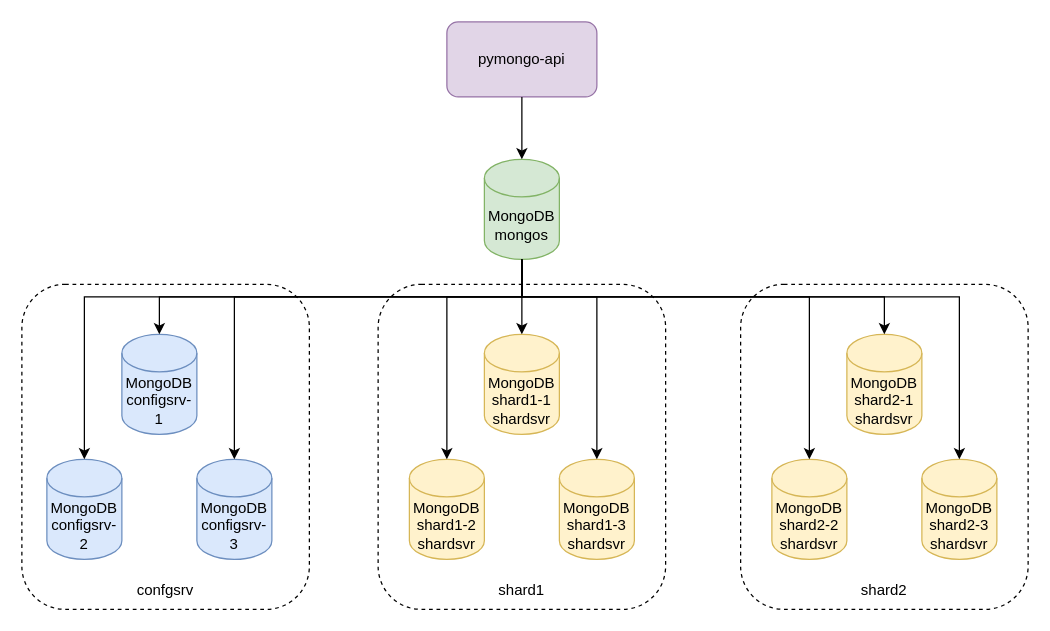
The draw.io diagram task-1/sprint-4-task-1-2.drawio in z-a-h-i-l/ya-practicum-sprint-4, before the edit. Source tidied: cells renumbered, new cells numbered last; positions are measured from the earlier drawing's top-left corner, leaving out a move shared by most shapes. Both pictures are drawn from the tidied source at 125%, with x=0, y=0 at pixel (21, 21).
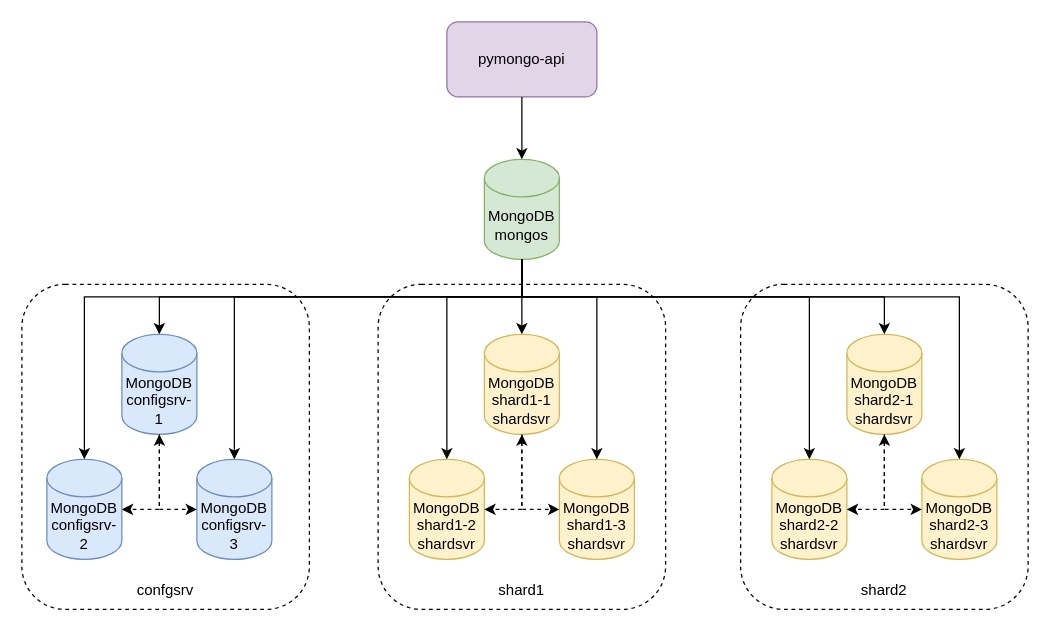
The same diagram, later.

Commit message (it also covers changes not shown here):
update schemas task-1

Unchanged cells that the change refers to:
```xml
<mxCell id="7" value="MongoDB shard2-1&lt;div&gt;shardsvr&lt;/div&gt;" style="shape=cylinder3;whiteSpace=wrap;html=1;boundedLbl=1;backgroundOutline=1;size=15;fillColor=#fff2cc;strokeColor=#d6b656;" parent="1" vertex="1">
  <mxGeometry x="660" y="250" width="60" height="80" as="geometry" />
</mxCell>
<mxCell id="8" value="MongoDB shard1-1&lt;div&gt;shardsvr&lt;/div&gt;" style="shape=cylinder3;whiteSpace=wrap;html=1;boundedLbl=1;backgroundOutline=1;size=15;fillColor=#fff2cc;strokeColor=#d6b656;" parent="1" vertex="1">
  <mxGeometry x="370" y="250" width="60" height="80" as="geometry" />
</mxCell>
<mxCell id="9" value="MongoDB&lt;div&gt;configsrv-1&lt;/div&gt;" style="shape=cylinder3;whiteSpace=wrap;html=1;boundedLbl=1;backgroundOutline=1;size=15;fillColor=#dae8fc;strokeColor=#6c8ebf;" parent="1" vertex="1">
  <mxGeometry x="80" y="250" width="60" height="80" as="geometry" />
</mxCell>
<mxCell id="14" value="MongoDB&lt;div&gt;configsrv-2&lt;/div&gt;" style="shape=cylinder3;whiteSpace=wrap;html=1;boundedLbl=1;backgroundOutline=1;size=15;fillColor=#dae8fc;strokeColor=#6c8ebf;" parent="1" vertex="1">
  <mxGeometry x="20" y="350" width="60" height="80" as="geometry" />
</mxCell>
<mxCell id="15" value="MongoDB&lt;div&gt;configsrv-3&lt;/div&gt;" style="shape=cylinder3;whiteSpace=wrap;html=1;boundedLbl=1;backgroundOutline=1;size=15;fillColor=#dae8fc;strokeColor=#6c8ebf;" parent="1" vertex="1">
  <mxGeometry x="140" y="350" width="60" height="80" as="geometry" />
</mxCell>
<mxCell id="16" value="MongoDB shard1-2&lt;div&gt;shardsvr&lt;/div&gt;" style="shape=cylinder3;whiteSpace=wrap;html=1;boundedLbl=1;backgroundOutline=1;size=15;fillColor=#fff2cc;strokeColor=#d6b656;" parent="1" vertex="1">
  <mxGeometry x="310" y="350" width="60" height="80" as="geometry" />
</mxCell>
<mxCell id="17" value="MongoDB shard1-3&lt;div&gt;shardsvr&lt;/div&gt;" style="shape=cylinder3;whiteSpace=wrap;html=1;boundedLbl=1;backgroundOutline=1;size=15;fillColor=#fff2cc;strokeColor=#d6b656;" parent="1" vertex="1">
  <mxGeometry x="430" y="350" width="60" height="80" as="geometry" />
</mxCell>
<mxCell id="18" value="MongoDB shard2-2&lt;div&gt;shardsvr&lt;/div&gt;" style="shape=cylinder3;whiteSpace=wrap;html=1;boundedLbl=1;backgroundOutline=1;size=15;fillColor=#fff2cc;strokeColor=#d6b656;" parent="1" vertex="1">
  <mxGeometry x="600" y="350" width="60" height="80" as="geometry" />
</mxCell>
<mxCell id="19" value="MongoDB shard2-3&lt;div&gt;shardsvr&lt;/div&gt;" style="shape=cylinder3;whiteSpace=wrap;html=1;boundedLbl=1;backgroundOutline=1;size=15;fillColor=#fff2cc;strokeColor=#d6b656;" parent="1" vertex="1">
  <mxGeometry x="720" y="350" width="60" height="80" as="geometry" />
</mxCell>
```

Diff of the diagram source:
```diff
@@
+    <mxCell id="26" style="edgeStyle=orthogonalEdgeStyle;rounded=0;jettySize=auto;html=1;exitX=0.5;exitY=1;exitDx=0;exitDy=0;exitPerimeter=0;entryX=1;entryY=0.5;entryDx=0;entryDy=0;entryPerimeter=0;startArrow=classic;startFill=1;dashed=1;" parent="1" edge="1" source="9" target="14">
+      <mxGeometry relative="1" as="geometry" />
+    </mxCell>
+    <mxCell id="27" style="edgeStyle=orthogonalEdgeStyle;rounded=0;jettySize=auto;html=1;exitX=0.5;exitY=1;exitDx=0;exitDy=0;exitPerimeter=0;entryX=0;entryY=0.5;entryDx=0;entryDy=0;entryPerimeter=0;dashed=1;" parent="1" edge="1" source="9" target="15">
+      <mxGeometry relative="1" as="geometry" />
+    </mxCell>
+    <mxCell id="28" style="edgeStyle=orthogonalEdgeStyle;rounded=0;jettySize=auto;html=1;exitX=0.5;exitY=1;exitDx=0;exitDy=0;exitPerimeter=0;entryX=1;entryY=0.5;entryDx=0;entryDy=0;entryPerimeter=0;dashed=1;" parent="1" edge="1" source="8" target="16">
+      <mxGeometry relative="1" as="geometry" />
+    </mxCell>
+    <mxCell id="29" style="edgeStyle=orthogonalEdgeStyle;rounded=0;jettySize=auto;html=1;exitX=0.5;exitY=1;exitDx=0;exitDy=0;exitPerimeter=0;entryX=0;entryY=0.5;entryDx=0;entryDy=0;entryPerimeter=0;startArrow=classic;startFill=1;dashed=1;" parent="1" edge="1" source="8" target="17">
+      <mxGeometry relative="1" as="geometry" />
+    </mxCell>
+    <mxCell id="30" style="edgeStyle=orthogonalEdgeStyle;rounded=0;jettySize=auto;html=1;exitX=0.5;exitY=1;exitDx=0;exitDy=0;exitPerimeter=0;entryX=1;entryY=0.5;entryDx=0;entryDy=0;entryPerimeter=0;dashed=1;" parent="1" edge="1" source="7" target="18">
+      <mxGeometry relative="1" as="geometry" />
+    </mxCell>
+    <mxCell id="31" style="edgeStyle=orthogonalEdgeStyle;rounded=0;jettySize=auto;html=1;exitX=0.5;exitY=1;exitDx=0;exitDy=0;exitPerimeter=0;entryX=0;entryY=0.5;entryDx=0;entryDy=0;entryPerimeter=0;startArrow=classic;startFill=1;dashed=1;" parent="1" edge="1" source="7" target="19">
+      <mxGeometry relative="1" as="geometry" />
+    </mxCell>
```
